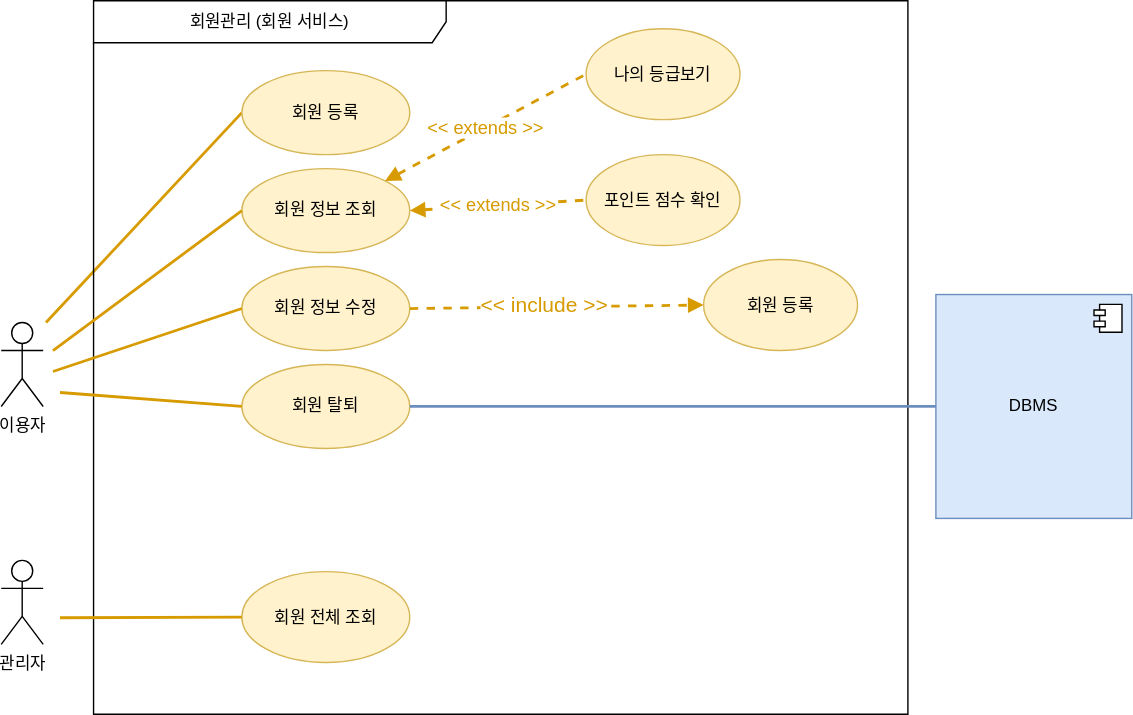
The draw.io diagram 회원관리유즈케이스.drawio.svg in sminxxi/multi_it_test, before a commit. Source tidied: cells renumbered, new cells last; positions are measured from the earlier drawing's top-left corner, leaving out a move shared by most shapes. Its diagram source:
```xml
<mxGraphModel>
  <root>
    <mxCell id="0" />
    <mxCell id="1" parent="0" />
    <mxCell id="2" style="rounded=0;jettySize=auto;html=1;endArrow=none;endFill=0;entryX=0;entryY=0.5;entryDx=0;entryDy=0;strokeWidth=2;fillColor=#ffe6cc;strokeColor=#d79b00;" parent="1" edge="1" target="6">
      <mxGeometry relative="1" as="geometry">
        <mxPoint x="32" y="230" as="sourcePoint" />
      </mxGeometry>
    </mxCell>
    <mxCell id="3" value="이용자" style="shape=umlActor;verticalLabelPosition=bottom;verticalAlign=top;html=1;" parent="1" vertex="1">
      <mxGeometry y="230" width="30" height="60" as="geometry" />
    </mxCell>
    <mxCell id="4" value="회원관리 (회원 서비스)" style="shape=umlFrame;whiteSpace=wrap;html=1;width=252;height=30;" parent="1" vertex="1">
      <mxGeometry x="66" width="582" height="510" as="geometry" />
    </mxCell>
    <mxCell id="5" value="관리자" style="shape=umlActor;verticalLabelPosition=bottom;verticalAlign=top;html=1;" parent="1" vertex="1">
      <mxGeometry y="400" width="30" height="60" as="geometry" />
    </mxCell>
    <mxCell id="6" value="회원 등록" style="ellipse;whiteSpace=wrap;html=1;fillColor=#fff2cc;strokeColor=#d6b656;" parent="1" vertex="1">
      <mxGeometry x="172" y="50" width="120" height="60" as="geometry" />
    </mxCell>
    <mxCell id="7" value="회원 전체 조회" style="ellipse;whiteSpace=wrap;html=1;fillColor=#fff2cc;strokeColor=#d6b656;" parent="1" vertex="1">
      <mxGeometry x="172" y="408" width="120" height="65" as="geometry" />
    </mxCell>
    <mxCell id="8" value="회원 탈퇴" style="ellipse;whiteSpace=wrap;html=1;fillColor=#fff2cc;strokeColor=#d6b656;" parent="1" vertex="1">
      <mxGeometry x="172" y="260" width="120" height="60" as="geometry" />
    </mxCell>
    <mxCell id="9" value="회원 정보 조회" style="ellipse;whiteSpace=wrap;html=1;fillColor=#fff2cc;strokeColor=#d6b656;" parent="1" vertex="1">
      <mxGeometry x="172" y="120" width="120" height="60" as="geometry" />
    </mxCell>
    <mxCell id="10" value="회원 정보 수정" style="ellipse;whiteSpace=wrap;html=1;fillColor=#fff2cc;strokeColor=#d6b656;" parent="1" vertex="1">
      <mxGeometry x="172" y="190" width="120" height="60" as="geometry" />
    </mxCell>
    <mxCell id="11" style="rounded=0;jettySize=auto;html=1;endArrow=none;endFill=0;entryX=0;entryY=0.5;entryDx=0;entryDy=0;strokeWidth=2;fillColor=#ffe6cc;strokeColor=#d79b00;" parent="1" edge="1" target="9">
      <mxGeometry relative="1" as="geometry">
        <mxPoint x="37" y="250" as="sourcePoint" />
      </mxGeometry>
    </mxCell>
    <mxCell id="12" style="rounded=0;jettySize=auto;html=1;endArrow=none;endFill=0;entryX=0;entryY=0.5;entryDx=0;entryDy=0;strokeWidth=2;fillColor=#ffe6cc;strokeColor=#d79b00;" parent="1" edge="1" target="10">
      <mxGeometry relative="1" as="geometry">
        <mxPoint x="37" y="265" as="sourcePoint" />
      </mxGeometry>
    </mxCell>
    <mxCell id="13" style="rounded=0;jettySize=auto;html=1;endArrow=none;endFill=0;entryX=0;entryY=0.5;entryDx=0;entryDy=0;strokeWidth=2;fillColor=#ffe6cc;strokeColor=#d79b00;" parent="1" edge="1" target="8">
      <mxGeometry relative="1" as="geometry">
        <mxPoint x="42" y="280" as="sourcePoint" />
      </mxGeometry>
    </mxCell>
    <mxCell id="14" style="rounded=0;jettySize=auto;html=1;endArrow=none;endFill=0;entryX=0;entryY=0.5;entryDx=0;entryDy=0;strokeWidth=2;fillColor=#ffe6cc;strokeColor=#d79b00;" parent="1" edge="1" target="7">
      <mxGeometry relative="1" as="geometry">
        <mxPoint x="42" y="441" as="sourcePoint" />
      </mxGeometry>
    </mxCell>
    <mxCell id="15" value="회원 등록" style="ellipse;whiteSpace=wrap;html=1;fillColor=#fff2cc;strokeColor=#d6b656;" parent="1" vertex="1">
      <mxGeometry x="502" y="185" width="110" height="65" as="geometry" />
    </mxCell>
    <mxCell id="16" style="rounded=0;jettySize=auto;html=1;endArrow=block;endFill=1;entryX=0;entryY=0.5;entryDx=0;entryDy=0;dashed=1;strokeWidth=2;fillColor=#ffe6cc;strokeColor=#d79b00;exitX=1;exitY=0.5;exitDx=0;exitDy=0;" parent="1" edge="1" source="10" target="15">
      <mxGeometry relative="1" as="geometry" />
    </mxCell>
    <mxCell id="17" value="&amp;lt;&amp;lt; include &amp;gt;&amp;gt;" style="edgeLabel;html=1;align=center;verticalAlign=middle;fontSize=15;fontColor=#D79B00;" parent="16" vertex="1">
      <mxGeometry x="-0.09" y="2" relative="1" as="geometry" />
    </mxCell>
    <mxCell id="18" value="나의 등급보기" style="ellipse;whiteSpace=wrap;html=1;fillColor=#fff2cc;strokeColor=#d6b656;" parent="1" vertex="1">
      <mxGeometry x="418" y="20" width="110" height="65" as="geometry" />
    </mxCell>
    <mxCell id="19" value="포인트 점수 확인" style="ellipse;whiteSpace=wrap;html=1;fillColor=#fff2cc;strokeColor=#d6b656;" parent="1" vertex="1">
      <mxGeometry x="418" y="110" width="110" height="65" as="geometry" />
    </mxCell>
    <mxCell id="20" value="&amp;lt;&amp;lt; extends &amp;gt;&amp;gt;" style="rounded=0;jettySize=auto;html=1;endArrow=none;endFill=0;entryX=0;entryY=0.5;entryDx=0;entryDy=0;strokeWidth=2;fillColor=#ffe6cc;strokeColor=#d79b00;dashed=1;startArrow=block;startFill=1;fontSize=13;fontColor=#D79B00;exitX=1;exitY=0;exitDx=0;exitDy=0;" parent="1" edge="1" source="9" target="18">
      <mxGeometry relative="1" as="geometry" />
    </mxCell>
    <mxCell id="21" value="&amp;lt;&amp;lt; extends &amp;gt;&amp;gt;" style="rounded=0;jettySize=auto;html=1;endArrow=none;endFill=0;entryX=0;entryY=0.5;entryDx=0;entryDy=0;strokeWidth=2;fillColor=#ffe6cc;strokeColor=#d79b00;exitX=1;exitY=0.5;exitDx=0;exitDy=0;dashed=1;startArrow=block;startFill=1;fontSize=13;fontColor=#D79B00;" parent="1" edge="1" source="9" target="19">
      <mxGeometry relative="1" as="geometry" />
    </mxCell>
    <mxCell id="22" value="DBMS" style="html=1;whiteSpace=wrap;fillColor=#dae8fc;strokeColor=#6c8ebf;" parent="1" vertex="1">
      <mxGeometry x="668" y="210" width="140" height="160" as="geometry" />
    </mxCell>
    <mxCell id="23" style="shape=module;jettyWidth=8;jettyHeight=4;" parent="22" vertex="1">
      <mxGeometry x="1" width="20" height="20" relative="1" as="geometry">
        <mxPoint x="-27" y="7" as="offset" />
      </mxGeometry>
    </mxCell>
    <mxCell id="24" style="rounded=0;jettySize=auto;html=1;endArrow=none;endFill=0;entryX=0;entryY=0.5;entryDx=0;entryDy=0;strokeWidth=2;fillColor=#dae8fc;strokeColor=#6c8ebf;" parent="1" edge="1" target="22">
      <mxGeometry relative="1" as="geometry">
        <mxPoint x="292" y="290" as="sourcePoint" />
      </mxGeometry>
    </mxCell>
  </root>
</mxGraphModel>
```
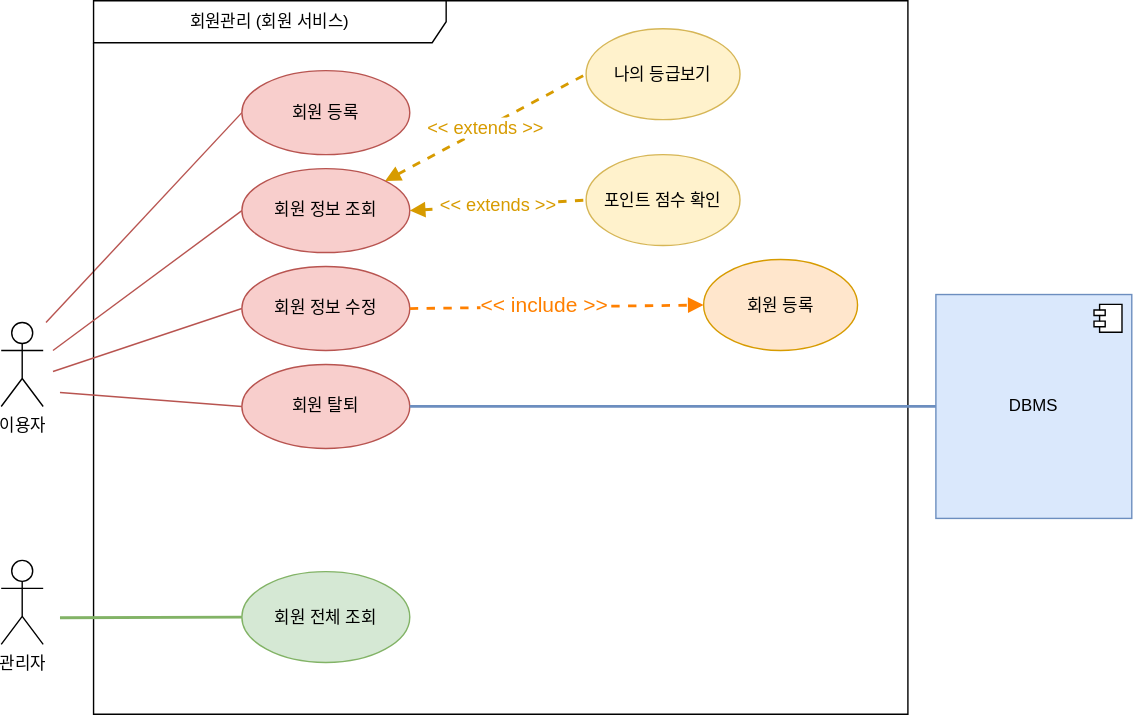
After the change.

Commit message:
회원관리유즈케이스.drawio.svg 수정

Diff of the diagram source:
```diff
@@ -2,7 +2,7 @@
   <root>
     <mxCell id="0" />
     <mxCell id="1" parent="0" />
-    <mxCell id="2" style="rounded=0;jettySize=auto;html=1;endArrow=none;endFill=0;entryX=0;entryY=0.5;entryDx=0;entryDy=0;strokeWidth=2;fillColor=#ffe6cc;strokeColor=#d79b00;" parent="1" edge="1" target="6">
+    <mxCell id="2" style="rounded=0;jettySize=auto;html=1;endArrow=none;endFill=0;entryX=0;entryY=0.5;entryDx=0;entryDy=0;strokeWidth=1;fillColor=#f8cecc;strokeColor=#b85450;" parent="1" edge="1" target="6">
       <mxGeometry relative="1" as="geometry">
         <mxPoint x="32" y="230" as="sourcePoint" />
       </mxGeometry>
@@ -16,48 +16,48 @@
     <mxCell id="5" value="관리자" style="shape=umlActor;verticalLabelPosition=bottom;verticalAlign=top;html=1;" parent="1" vertex="1">
       <mxGeometry y="400" width="30" height="60" as="geometry" />
     </mxCell>
-    <mxCell id="6" value="회원 등록" style="ellipse;whiteSpace=wrap;html=1;fillColor=#fff2cc;strokeColor=#d6b656;" parent="1" vertex="1">
+    <mxCell id="6" value="회원 등록" style="ellipse;whiteSpace=wrap;html=1;fillColor=#f8cecc;strokeColor=#b85450;" parent="1" vertex="1">
       <mxGeometry x="172" y="50" width="120" height="60" as="geometry" />
     </mxCell>
-    <mxCell id="7" value="회원 전체 조회" style="ellipse;whiteSpace=wrap;html=1;fillColor=#fff2cc;strokeColor=#d6b656;" parent="1" vertex="1">
+    <mxCell id="7" value="회원 전체 조회" style="ellipse;whiteSpace=wrap;html=1;fillColor=#d5e8d4;strokeColor=#82b366;" parent="1" vertex="1">
       <mxGeometry x="172" y="408" width="120" height="65" as="geometry" />
     </mxCell>
-    <mxCell id="8" value="회원 탈퇴" style="ellipse;whiteSpace=wrap;html=1;fillColor=#fff2cc;strokeColor=#d6b656;" parent="1" vertex="1">
+    <mxCell id="8" value="회원 탈퇴" style="ellipse;whiteSpace=wrap;html=1;fillColor=#f8cecc;strokeColor=#b85450;" parent="1" vertex="1">
       <mxGeometry x="172" y="260" width="120" height="60" as="geometry" />
     </mxCell>
-    <mxCell id="9" value="회원 정보 조회" style="ellipse;whiteSpace=wrap;html=1;fillColor=#fff2cc;strokeColor=#d6b656;" parent="1" vertex="1">
+    <mxCell id="9" value="회원 정보 조회" style="ellipse;whiteSpace=wrap;html=1;fillColor=#f8cecc;strokeColor=#b85450;" parent="1" vertex="1">
       <mxGeometry x="172" y="120" width="120" height="60" as="geometry" />
     </mxCell>
-    <mxCell id="10" value="회원 정보 수정" style="ellipse;whiteSpace=wrap;html=1;fillColor=#fff2cc;strokeColor=#d6b656;" parent="1" vertex="1">
+    <mxCell id="10" value="회원 정보 수정" style="ellipse;whiteSpace=wrap;html=1;fillColor=#f8cecc;strokeColor=#b85450;" parent="1" vertex="1">
       <mxGeometry x="172" y="190" width="120" height="60" as="geometry" />
     </mxCell>
-    <mxCell id="11" style="rounded=0;jettySize=auto;html=1;endArrow=none;endFill=0;entryX=0;entryY=0.5;entryDx=0;entryDy=0;strokeWidth=2;fillColor=#ffe6cc;strokeColor=#d79b00;" parent="1" edge="1" target="9">
+    <mxCell id="11" style="rounded=0;jettySize=auto;html=1;endArrow=none;endFill=0;entryX=0;entryY=0.5;entryDx=0;entryDy=0;strokeWidth=1;fillColor=#f8cecc;strokeColor=#b85450;" parent="1" edge="1" target="9">
       <mxGeometry relative="1" as="geometry">
         <mxPoint x="37" y="250" as="sourcePoint" />
       </mxGeometry>
     </mxCell>
-    <mxCell id="12" style="rounded=0;jettySize=auto;html=1;endArrow=none;endFill=0;entryX=0;entryY=0.5;entryDx=0;entryDy=0;strokeWidth=2;fillColor=#ffe6cc;strokeColor=#d79b00;" parent="1" edge="1" target="10">
+    <mxCell id="12" style="rounded=0;jettySize=auto;html=1;endArrow=none;endFill=0;entryX=0;entryY=0.5;entryDx=0;entryDy=0;strokeWidth=1;fillColor=#f8cecc;strokeColor=#b85450;" parent="1" edge="1" target="10">
       <mxGeometry relative="1" as="geometry">
         <mxPoint x="37" y="265" as="sourcePoint" />
       </mxGeometry>
     </mxCell>
-    <mxCell id="13" style="rounded=0;jettySize=auto;html=1;endArrow=none;endFill=0;entryX=0;entryY=0.5;entryDx=0;entryDy=0;strokeWidth=2;fillColor=#ffe6cc;strokeColor=#d79b00;" parent="1" edge="1" target="8">
+    <mxCell id="13" style="rounded=0;jettySize=auto;html=1;endArrow=none;endFill=0;entryX=0;entryY=0.5;entryDx=0;entryDy=0;strokeWidth=1;fillColor=#f8cecc;strokeColor=#b85450;" parent="1" edge="1" target="8">
       <mxGeometry relative="1" as="geometry">
         <mxPoint x="42" y="280" as="sourcePoint" />
       </mxGeometry>
     </mxCell>
-    <mxCell id="14" style="rounded=0;jettySize=auto;html=1;endArrow=none;endFill=0;entryX=0;entryY=0.5;entryDx=0;entryDy=0;strokeWidth=2;fillColor=#ffe6cc;strokeColor=#d79b00;" parent="1" edge="1" target="7">
+    <mxCell id="14" style="rounded=0;jettySize=auto;html=1;endArrow=none;endFill=0;entryX=0;entryY=0.5;entryDx=0;entryDy=0;strokeWidth=2;fillColor=#d5e8d4;strokeColor=#82b366;" parent="1" edge="1" target="7">
       <mxGeometry relative="1" as="geometry">
         <mxPoint x="42" y="441" as="sourcePoint" />
       </mxGeometry>
     </mxCell>
-    <mxCell id="15" value="회원 등록" style="ellipse;whiteSpace=wrap;html=1;fillColor=#fff2cc;strokeColor=#d6b656;" parent="1" vertex="1">
+    <mxCell id="15" value="회원 등록" style="ellipse;whiteSpace=wrap;html=1;fillColor=#ffe6cc;strokeColor=#d79b00;" parent="1" vertex="1">
       <mxGeometry x="502" y="185" width="110" height="65" as="geometry" />
     </mxCell>
-    <mxCell id="16" style="rounded=0;jettySize=auto;html=1;endArrow=block;endFill=1;entryX=0;entryY=0.5;entryDx=0;entryDy=0;dashed=1;strokeWidth=2;fillColor=#ffe6cc;strokeColor=#d79b00;exitX=1;exitY=0.5;exitDx=0;exitDy=0;" parent="1" edge="1" source="10" target="15">
+    <mxCell id="16" style="rounded=0;jettySize=auto;html=1;endArrow=block;endFill=1;entryX=0;entryY=0.5;entryDx=0;entryDy=0;dashed=1;strokeWidth=2;fillColor=#ffe6cc;strokeColor=#FF8000;exitX=1;exitY=0.5;exitDx=0;exitDy=0;" parent="1" edge="1" source="10" target="15">
       <mxGeometry relative="1" as="geometry" />
     </mxCell>
-    <mxCell id="17" value="&amp;lt;&amp;lt; include &amp;gt;&amp;gt;" style="edgeLabel;html=1;align=center;verticalAlign=middle;fontSize=15;fontColor=#D79B00;" parent="16" vertex="1">
+    <mxCell id="17" value="&amp;lt;&amp;lt; include &amp;gt;&amp;gt;" style="edgeLabel;html=1;align=center;verticalAlign=middle;fontSize=15;fontColor=#FF8000;" parent="16" vertex="1">
       <mxGeometry x="-0.09" y="2" relative="1" as="geometry" />
     </mxCell>
     <mxCell id="18" value="나의 등급보기" style="ellipse;whiteSpace=wrap;html=1;fillColor=#fff2cc;strokeColor=#d6b656;" parent="1" vertex="1">
```
